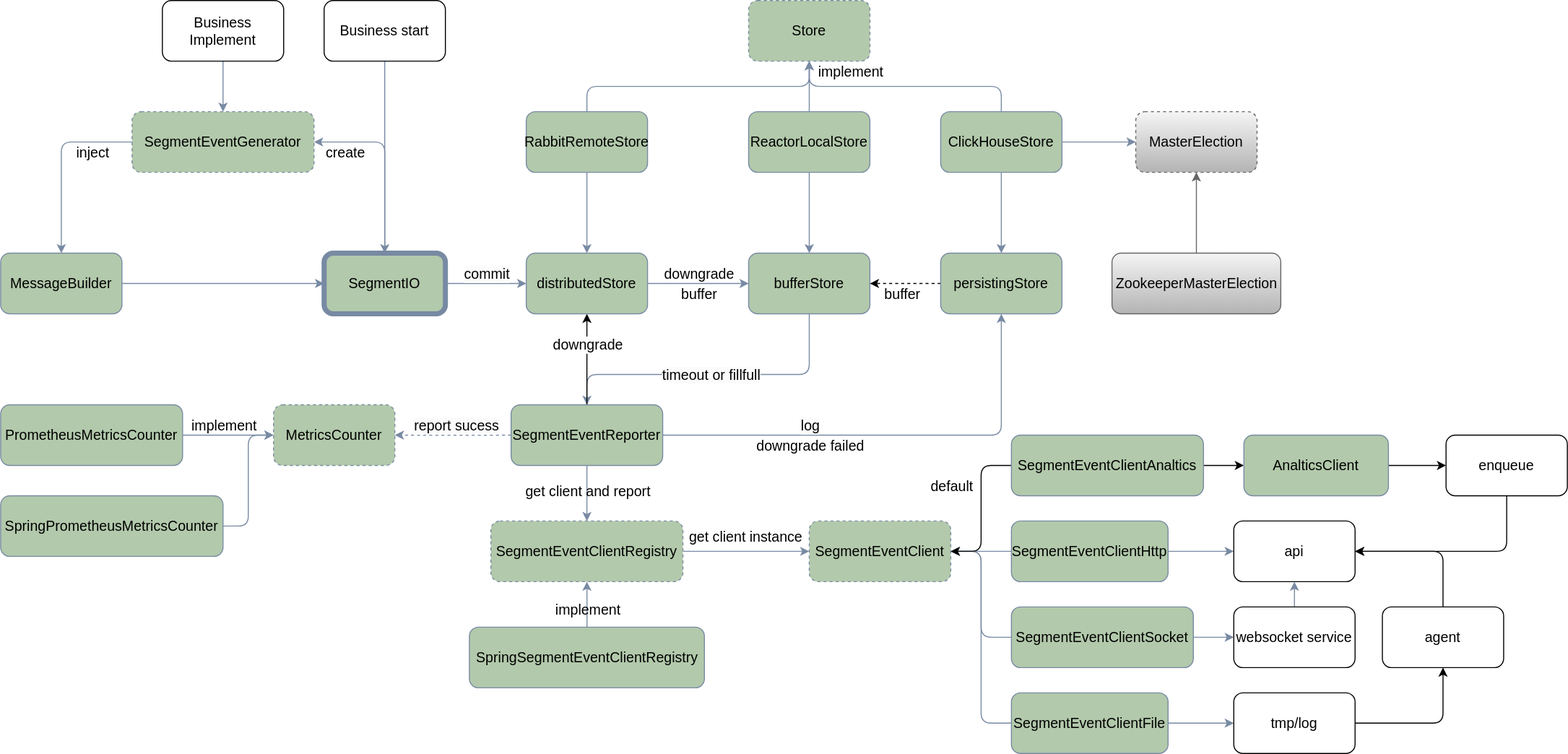
The draw.io diagram assets/SegmentEvent-V2.drawio.svg in sheldon-pacvue/segmenet-event, before a commit. Source tidied: cells renumbered, new cells last; positions are measured from the earlier drawing's top-left corner, leaving out a move shared by most shapes.
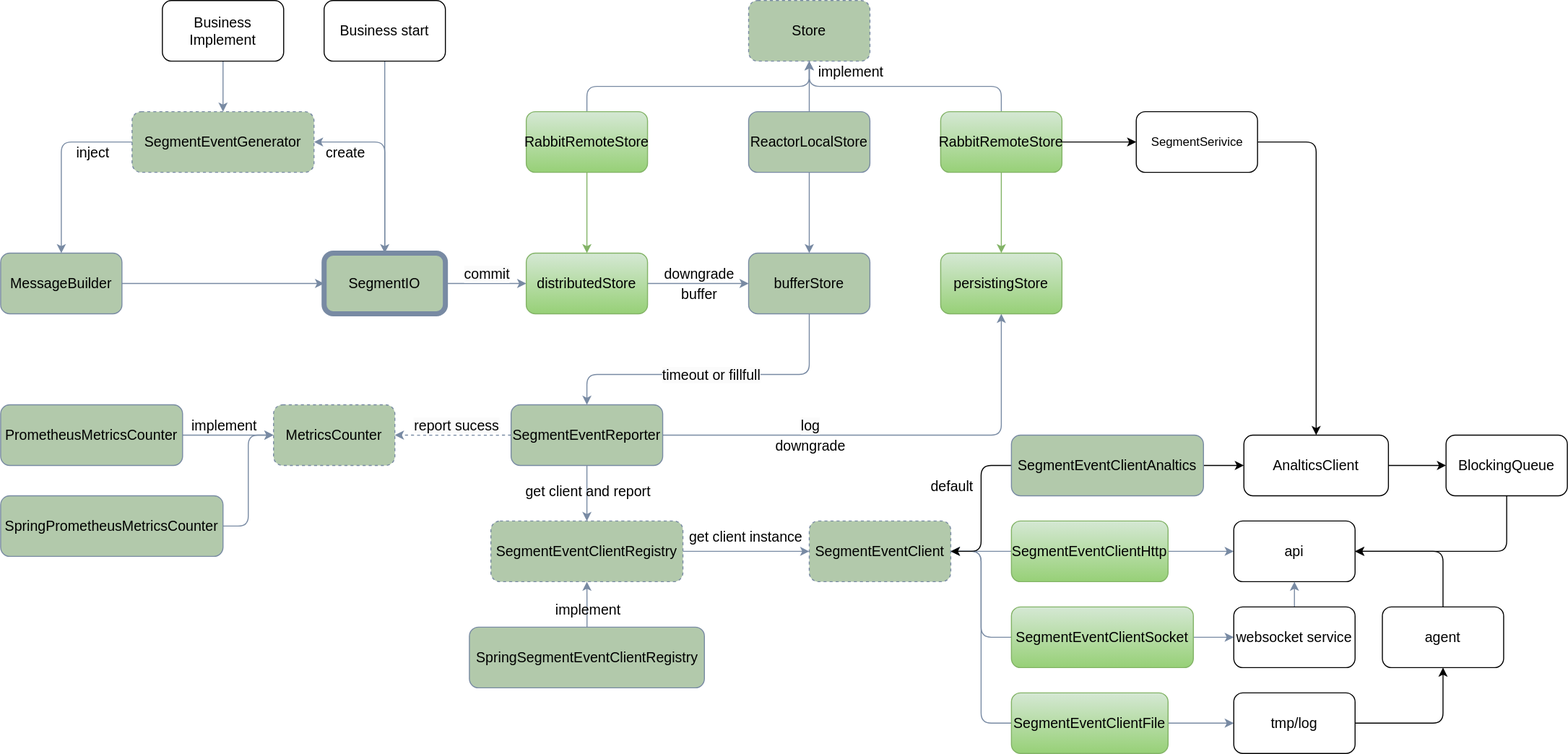
The same diagram one commit later.

What changed in the source:
```diff
@@ -34,7 +34,7 @@
         <mxPoint x="25" y="-8" as="offset" />
       </mxGeometry>
     </mxCell>
-    <mxCell id="10" value="downgrade failed" style="edgeLabel;html=1;align=center;verticalAlign=middle;fontSize=14;rounded=1;" parent="8" vertex="1">
+    <mxCell id="10" value="downgrade" style="edgeLabel;html=1;align=center;verticalAlign=middle;fontSize=14;rounded=1;" parent="8" vertex="1">
       <mxGeometry x="-0.11" y="-4" relative="1" as="geometry">
         <mxPoint x="-57" y="6" as="offset" />
       </mxGeometry>
@@ -103,18 +103,10 @@
     <mxCell id="28" value="get client and report" style="edgeLabel;html=1;align=center;verticalAlign=middle;fontSize=14;rounded=1;labelBackgroundColor=none;fontColor=#000000;" parent="27" vertex="1">
       <mxGeometry x="-0.09" relative="1" as="geometry" />
     </mxCell>
-    <mxCell id="29" style="edgeStyle=orthogonalEdgeStyle;rounded=1;jettySize=auto;html=1;entryX=0.5;entryY=1;entryDx=0;entryDy=0;" parent="1" edge="1" source="31" target="32">
-      <mxGeometry relative="1" as="geometry" />
-    </mxCell>
-    <mxCell id="30" value="downgrade" style="edgeLabel;html=1;align=center;verticalAlign=middle;fontSize=14;rounded=1;" parent="29" vertex="1">
-      <mxGeometry x="0.38" y="1" relative="1" as="geometry">
-        <mxPoint x="1" y="2" as="offset" />
-      </mxGeometry>
-    </mxCell>
     <mxCell id="31" value="SegmentEventReporter" style="rounded=1;whiteSpace=wrap;html=1;strokeColor=#788AA3;fillColor=#B2C9AB;labelBackgroundColor=none;fontSize=14;fontColor=#000000;" parent="1" vertex="1">
       <mxGeometry x="505" y="400" width="150" height="60" as="geometry" />
     </mxCell>
-    <mxCell id="32" value="distributedStore" style="rounded=1;whiteSpace=wrap;html=1;strokeColor=#788AA3;fillColor=#B2C9AB;labelBackgroundColor=none;fontSize=14;fontColor=#000000;" parent="1" vertex="1">
+    <mxCell id="32" value="distributedStore" style="rounded=1;whiteSpace=wrap;html=1;strokeColor=#82b366;fillColor=#d5e8d4;labelBackgroundColor=none;fontSize=14;gradientColor=#97d077;" parent="1" vertex="1">
       <mxGeometry x="520" y="250" width="120" height="60" as="geometry" />
     </mxCell>
     <mxCell id="33" value="bufferStore" style="rounded=1;whiteSpace=wrap;html=1;strokeColor=#788AA3;fillColor=#B2C9AB;labelBackgroundColor=none;fontSize=14;fontColor=#000000;" parent="1" vertex="1">
@@ -149,7 +141,7 @@
     <mxCell id="42" style="edgeStyle=orthogonalEdgeStyle;rounded=1;jettySize=auto;html=1;strokeColor=#788AA3;fontColor=#000000;fillColor=#B2C9AB;labelBackgroundColor=none;fontSize=14;" parent="1" edge="1" source="43" target="51">
       <mxGeometry relative="1" as="geometry" />
     </mxCell>
-    <mxCell id="43" value="SegmentEventClientHttp" style="rounded=1;whiteSpace=wrap;html=1;strokeColor=#788AA3;fillColor=#B2C9AB;labelBackgroundColor=none;fontSize=14;fontColor=#000000;" parent="1" vertex="1">
+    <mxCell id="43" value="SegmentEventClientHttp" style="rounded=1;whiteSpace=wrap;html=1;strokeColor=#82b366;fillColor=#d5e8d4;labelBackgroundColor=none;fontSize=14;gradientColor=#97d077;" parent="1" vertex="1">
       <mxGeometry x="1000" y="515" width="155" height="60" as="geometry" />
     </mxCell>
     <mxCell id="44" value="MetricsCounter" style="rounded=1;whiteSpace=wrap;html=1;strokeColor=#788AA3;fillColor=#B2C9AB;labelBackgroundColor=none;fontSize=14;dashed=1;fontColor=#000000;" parent="1" vertex="1">
@@ -164,7 +156,7 @@
     <mxCell id="47" style="edgeStyle=orthogonalEdgeStyle;rounded=1;jettySize=auto;html=1;exitX=1;exitY=0.5;exitDx=0;exitDy=0;strokeColor=#788AA3;fontColor=#000000;fillColor=#B2C9AB;labelBackgroundColor=none;fontSize=14;" parent="1" edge="1" source="48" target="50">
       <mxGeometry relative="1" as="geometry" />
     </mxCell>
-    <mxCell id="48" value="SegmentEventClientFile" style="rounded=1;whiteSpace=wrap;html=1;strokeColor=#788AA3;fillColor=#B2C9AB;labelBackgroundColor=none;fontSize=14;fontColor=#000000;" parent="1" vertex="1">
+    <mxCell id="48" value="SegmentEventClientFile" style="rounded=1;whiteSpace=wrap;html=1;strokeColor=#82b366;fillColor=#d5e8d4;labelBackgroundColor=none;fontSize=14;gradientColor=#97d077;" parent="1" vertex="1">
       <mxGeometry x="1000" y="685" width="155" height="60" as="geometry" />
     </mxCell>
     <mxCell id="49" style="edgeStyle=orthogonalEdgeStyle;rounded=1;jettySize=auto;html=1;exitX=1;exitY=0.5;exitDx=0;exitDy=0;entryX=0.5;entryY=1;entryDx=0;entryDy=0;" parent="1" edge="1" source="50" target="79">
@@ -179,16 +171,16 @@
     <mxCell id="52" style="edgeStyle=orthogonalEdgeStyle;rounded=1;jettySize=auto;html=1;exitX=1;exitY=0.5;exitDx=0;exitDy=0;labelBackgroundColor=none;strokeColor=#788AA3;fontColor=#000000;fontSize=14;" parent="1" edge="1" source="53" target="74">
       <mxGeometry relative="1" as="geometry" />
     </mxCell>
-    <mxCell id="53" value="SegmentEventClientSocket" style="rounded=1;whiteSpace=wrap;html=1;strokeColor=#788AA3;fillColor=#B2C9AB;labelBackgroundColor=none;fontSize=14;fontColor=#000000;" parent="1" vertex="1">
+    <mxCell id="53" value="SegmentEventClientSocket" style="rounded=1;whiteSpace=wrap;html=1;strokeColor=#82b366;fillColor=#d5e8d4;labelBackgroundColor=none;fontSize=14;gradientColor=#97d077;" parent="1" vertex="1">
       <mxGeometry x="1000" y="600" width="180" height="60" as="geometry" />
     </mxCell>
-    <mxCell id="54" style="edgeStyle=orthogonalEdgeStyle;rounded=1;jettySize=auto;html=1;labelBackgroundColor=none;strokeColor=#788AA3;fontColor=#000000;fontSize=14;" parent="1" edge="1" source="56" target="32">
+    <mxCell id="54" style="edgeStyle=orthogonalEdgeStyle;rounded=1;jettySize=auto;html=1;labelBackgroundColor=none;strokeColor=#82b366;fontColor=#000000;fontSize=14;fillColor=#d5e8d4;gradientColor=#97d077;" parent="1" edge="1" source="56" target="32">
       <mxGeometry relative="1" as="geometry" />
     </mxCell>
     <mxCell id="55" style="edgeStyle=elbowEdgeStyle;html=1;entryX=0.5;entryY=1;entryDx=0;entryDy=0;elbow=vertical;strokeColor=#788AA3;labelBackgroundColor=none;fontColor=#000000;rounded=1;fontSize=14;" parent="1" edge="1" source="56" target="26">
       <mxGeometry relative="1" as="geometry" />
     </mxCell>
-    <mxCell id="56" value="RabbitRemoteStore" style="rounded=1;whiteSpace=wrap;html=1;strokeColor=#788AA3;fillColor=#B2C9AB;labelBackgroundColor=none;fontSize=14;fontColor=#000000;" parent="1" vertex="1">
+    <mxCell id="56" value="RabbitRemoteStore" style="rounded=1;whiteSpace=wrap;html=1;strokeColor=#82b366;fillColor=#d5e8d4;labelBackgroundColor=none;fontSize=14;gradientColor=#97d077;" parent="1" vertex="1">
       <mxGeometry x="520" y="110" width="120" height="60" as="geometry" />
     </mxCell>
     <mxCell id="57" style="edgeStyle=orthogonalEdgeStyle;rounded=1;jettySize=auto;html=1;labelBackgroundColor=none;strokeColor=#788AA3;fontColor=#000000;fontSize=14;" parent="1" edge="1" source="59" target="33">
@@ -225,24 +217,16 @@
         <mxPoint x="-30" y="-14" as="offset" />
       </mxGeometry>
     </mxCell>
-    <mxCell id="67" style="edgeStyle=orthogonalEdgeStyle;rounded=1;jettySize=auto;html=1;labelBackgroundColor=none;strokeColor=#788AA3;fontColor=#000000;fontSize=14;" parent="1" edge="1" source="69" target="72">
+    <mxCell id="67" style="edgeStyle=orthogonalEdgeStyle;rounded=1;jettySize=auto;html=1;labelBackgroundColor=none;strokeColor=#82b366;fontColor=#000000;fontSize=14;fillColor=#d5e8d4;gradientColor=#97d077;" parent="1" edge="1" source="69" target="72">
       <mxGeometry relative="1" as="geometry" />
     </mxCell>
-    <mxCell id="68" style="edgeStyle=orthogonalEdgeStyle;rounded=1;jettySize=auto;html=1;exitX=1;exitY=0.5;exitDx=0;exitDy=0;entryX=0;entryY=0.5;entryDx=0;entryDy=0;labelBackgroundColor=none;strokeColor=#788AA3;fontColor=#000000;fontSize=14;" parent="1" edge="1" source="69" target="75">
-      <mxGeometry relative="1" as="geometry" />
-    </mxCell>
+    <mxCell id="88" style="edgeStyle=orthogonalEdgeStyle;rounded=1;jettySize=auto;html=1;entryX=0;entryY=0.5;entryDx=0;entryDy=0;" parent="1" edge="1" source="69" target="90">
+      <mxGeometry relative="1" as="geometry" />
+    </mxCell>
-    <mxCell id="69" value="ClickHouseStore" style="rounded=1;whiteSpace=wrap;html=1;strokeColor=#788AA3;fillColor=#B2C9AB;labelBackgroundColor=none;fontSize=14;fontColor=#000000;" parent="1" vertex="1">
+    <mxCell id="69" value="RabbitRemoteStore" style="rounded=1;whiteSpace=wrap;html=1;strokeColor=#82b366;fillColor=#d5e8d4;labelBackgroundColor=none;fontSize=14;gradientColor=#97d077;" parent="1" vertex="1">
       <mxGeometry x="930" y="110" width="120" height="60" as="geometry" />
     </mxCell>
-    <mxCell id="70" style="edgeStyle=orthogonalEdgeStyle;rounded=1;jettySize=auto;html=1;exitX=0;exitY=0.5;exitDx=0;exitDy=0;entryX=1;entryY=0.5;entryDx=0;entryDy=0;dashed=1;" parent="1" edge="1" source="72" target="33">
-      <mxGeometry relative="1" as="geometry" />
-    </mxCell>
-    <mxCell id="71" value="buffer" style="edgeLabel;html=1;align=center;verticalAlign=middle;fontSize=14;rounded=1;" parent="70" vertex="1">
-      <mxGeometry x="0.12" relative="1" as="geometry">
-        <mxPoint y="10" as="offset" />
-      </mxGeometry>
-    </mxCell>
-    <mxCell id="72" value="persistingStore" style="rounded=1;whiteSpace=wrap;html=1;strokeColor=#788AA3;fillColor=#B2C9AB;labelBackgroundColor=none;fontSize=14;fontColor=#000000;" parent="1" vertex="1">
+    <mxCell id="72" value="persistingStore" style="rounded=1;whiteSpace=wrap;html=1;strokeColor=#82b366;fillColor=#d5e8d4;labelBackgroundColor=none;fontSize=14;gradientColor=#97d077;" parent="1" vertex="1">
       <mxGeometry x="930" y="250" width="120" height="60" as="geometry" />
     </mxCell>
     <mxCell id="73" style="edgeStyle=orthogonalEdgeStyle;rounded=1;jettySize=auto;html=1;exitX=0.5;exitY=0;exitDx=0;exitDy=0;entryX=0.5;entryY=1;entryDx=0;entryDy=0;labelBackgroundColor=none;strokeColor=#788AA3;fontColor=#000000;fontSize=14;" parent="1" edge="1" source="74" target="51">
@@ -251,15 +235,11 @@
     <mxCell id="74" value="websocket service" style="rounded=1;whiteSpace=wrap;html=1;fontSize=14;labelBackgroundColor=none;fillColor=none;" parent="1" vertex="1">
       <mxGeometry x="1220" y="600" width="120" height="60" as="geometry" />
     </mxCell>
-    <mxCell id="75" value="MasterElection" style="rounded=1;whiteSpace=wrap;html=1;strokeColor=#666666;fillColor=#f5f5f5;labelBackgroundColor=none;fontSize=14;dashed=1;gradientColor=#b3b3b3;" parent="1" vertex="1">
-      <mxGeometry x="1123" y="110" width="120" height="60" as="geometry" />
-    </mxCell>
-    <mxCell id="76" style="edgeStyle=orthogonalEdgeStyle;rounded=1;jettySize=auto;html=1;labelBackgroundColor=none;strokeColor=#666666;fontColor=#000000;fontSize=14;fillColor=#f5f5f5;gradientColor=#b3b3b3;" parent="1" edge="1" source="77" target="75">
-      <mxGeometry relative="1" as="geometry" />
+    <mxCell id="76" style="edgeStyle=orthogonalEdgeStyle;rounded=1;jettySize=auto;html=1;labelBackgroundColor=none;strokeColor=#666666;fontColor=#000000;fontSize=14;fillColor=#f5f5f5;gradientColor=#b3b3b3;" parent="1" edge="1" source="x">
+      <mxGeometry relative="1" as="geometry">
+        <mxPoint x="1183" y="170" as="targetPoint" />
+      </mxGeometry>
     </mxCell>
-    <mxCell id="77" value="ZookeeperMasterElection" style="rounded=1;whiteSpace=wrap;html=1;strokeColor=#666666;fillColor=#f5f5f5;labelBackgroundColor=none;fontSize=14;gradientColor=#b3b3b3;" parent="1" vertex="1">
-      <mxGeometry x="1099.5" y="250" width="167" height="60" as="geometry" />
-    </mxCell>
     <mxCell id="78" style="edgeStyle=orthogonalEdgeStyle;rounded=1;jettySize=auto;html=1;exitX=0.5;exitY=0;exitDx=0;exitDy=0;entryX=1;entryY=0.5;entryDx=0;entryDy=0;" parent="1" edge="1" source="79" target="51">
       <mxGeometry relative="1" as="geometry" />
     </mxCell>
@@ -269,7 +249,7 @@
     <mxCell id="80" style="edgeStyle=orthogonalEdgeStyle;rounded=1;jettySize=auto;html=1;exitX=0;exitY=0.5;exitDx=0;exitDy=0;entryX=1;entryY=0.5;entryDx=0;entryDy=0;" parent="1" edge="1" source="83" target="40">
       <mxGeometry relative="1" as="geometry" />
     </mxCell>
-    <mxCell id="81" value="default" style="edgeLabel;html=1;align=center;verticalAlign=middle;fontSize=14;" parent="80" vertex="1">
+    <mxCell id="81" value="default" style="edgeLabel;html=1;align=center;verticalAlign=middle;fontSize=14;rounded=1;" parent="80" vertex="1">
       <mxGeometry x="-0.16" y="3" relative="1" as="geometry">
         <mxPoint x="-33" y="-11" as="offset" />
       </mxGeometry>
@@ -283,14 +263,20 @@
     <mxCell id="84" style="edgeStyle=orthogonalEdgeStyle;rounded=1;jettySize=auto;html=1;" parent="1" edge="1" source="85" target="87">
       <mxGeometry relative="1" as="geometry" />
     </mxCell>
-    <mxCell id="85" value="AnalticsClient" style="rounded=1;whiteSpace=wrap;html=1;strokeColor=#788AA3;fillColor=#B2C9AB;labelBackgroundColor=none;fontSize=14;fontColor=#000000;" parent="1" vertex="1">
+    <mxCell id="85" value="AnalticsClient" style="rounded=1;whiteSpace=wrap;html=1;fillColor=none;labelBackgroundColor=none;fontSize=14;" parent="1" vertex="1">
       <mxGeometry x="1230" y="430" width="143" height="60" as="geometry" />
     </mxCell>
     <mxCell id="86" style="edgeStyle=orthogonalEdgeStyle;rounded=1;jettySize=auto;html=1;exitX=0.5;exitY=1;exitDx=0;exitDy=0;entryX=1;entryY=0.5;entryDx=0;entryDy=0;" parent="1" edge="1" source="87" target="51">
       <mxGeometry relative="1" as="geometry" />
     </mxCell>
-    <mxCell id="87" value="enqueue" style="rounded=1;whiteSpace=wrap;html=1;labelBackgroundColor=none;fontSize=14;fillColor=none;" parent="1" vertex="1">
+    <mxCell id="87" value="BlockingQueue" style="rounded=1;whiteSpace=wrap;html=1;labelBackgroundColor=none;fontSize=14;fillColor=none;" parent="1" vertex="1">
       <mxGeometry x="1430" y="430" width="120" height="60" as="geometry" />
     </mxCell>
+    <mxCell id="89" style="edgeStyle=orthogonalEdgeStyle;rounded=1;jettySize=auto;html=1;entryX=0.5;entryY=0;entryDx=0;entryDy=0;exitX=1;exitY=0.5;exitDx=0;exitDy=0;" parent="1" edge="1" source="90" target="85">
+      <mxGeometry relative="1" as="geometry" />
+    </mxCell>
+    <mxCell id="90" value="SegmentSerivice" style="rounded=1;whiteSpace=wrap;html=1;" parent="1" vertex="1">
+      <mxGeometry x="1123.5" y="110" width="120" height="60" as="geometry" />
+    </mxCell>
   </root>
 </mxGraphModel>
```
